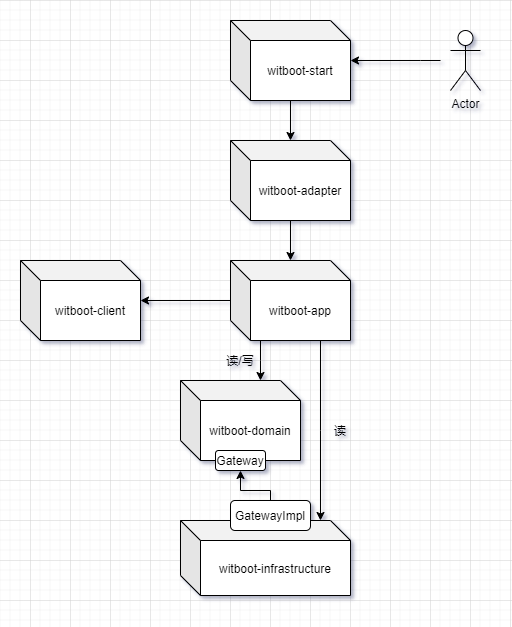
Before: doc/image/架构.png, a diagram exported from draw.io (sunxiaozhi/WitBoot). Source tidied: cells renumbered, new cells last; positions are measured from the earlier drawing's top-left corner, leaving out a move shared by most shapes. Its diagram source:
```xml
<mxGraphModel>
  <root>
    <mxCell id="0" />
    <mxCell id="1" parent="0" />
    <mxCell id="2" style="edgeStyle=orthogonalEdgeStyle;rounded=0;jettySize=auto;html=1;" parent="1" edge="1" source="3" target="5">
      <mxGeometry relative="1" as="geometry" />
    </mxCell>
    <mxCell id="3" value="witboot-start" style="shape=cube;whiteSpace=wrap;html=1;boundedLbl=1;backgroundOutline=1;darkOpacity=0.05;darkOpacity2=0.1;" parent="1" vertex="1">
      <mxGeometry x="210" width="120" height="80" as="geometry" />
    </mxCell>
    <mxCell id="4" style="edgeStyle=orthogonalEdgeStyle;rounded=0;jettySize=auto;html=1;" parent="1" edge="1" source="5" target="9">
      <mxGeometry relative="1" as="geometry" />
    </mxCell>
    <mxCell id="5" value="witboot-adapter" style="shape=cube;whiteSpace=wrap;html=1;boundedLbl=1;backgroundOutline=1;darkOpacity=0.05;darkOpacity2=0.1;" parent="1" vertex="1">
      <mxGeometry x="210" y="120" width="120" height="80" as="geometry" />
    </mxCell>
    <mxCell id="6" style="edgeStyle=orthogonalEdgeStyle;rounded=0;jettySize=auto;html=1;" parent="1" edge="1" source="9" target="10">
      <mxGeometry relative="1" as="geometry">
        <Array as="points">
          <mxPoint x="240" y="340" />
          <mxPoint x="240" y="340" />
        </Array>
      </mxGeometry>
    </mxCell>
    <mxCell id="7" style="edgeStyle=orthogonalEdgeStyle;rounded=0;jettySize=auto;html=1;" parent="1" edge="1" source="9" target="11">
      <mxGeometry relative="1" as="geometry">
        <Array as="points">
          <mxPoint x="300" y="410" />
          <mxPoint x="300" y="410" />
        </Array>
      </mxGeometry>
    </mxCell>
    <mxCell id="8" style="edgeStyle=orthogonalEdgeStyle;rounded=0;jettySize=auto;html=1;" parent="1" edge="1" source="9" target="15">
      <mxGeometry relative="1" as="geometry" />
    </mxCell>
    <mxCell id="9" value="witboot-app" style="shape=cube;whiteSpace=wrap;html=1;boundedLbl=1;backgroundOutline=1;darkOpacity=0.05;darkOpacity2=0.1;" parent="1" vertex="1">
      <mxGeometry x="210" y="240" width="120" height="80" as="geometry" />
    </mxCell>
    <mxCell id="10" value="witboot-domain" style="shape=cube;whiteSpace=wrap;html=1;boundedLbl=1;backgroundOutline=1;darkOpacity=0.05;darkOpacity2=0.1;" parent="1" vertex="1">
      <mxGeometry x="160" y="360" width="120" height="80" as="geometry" />
    </mxCell>
    <mxCell id="11" value="&lt;pre&gt;&lt;font face=&quot;Helvetica&quot;&gt;witboot-infrastructure&lt;/font&gt;&lt;br&gt;&lt;/pre&gt;" style="shape=cube;whiteSpace=wrap;html=1;boundedLbl=1;backgroundOutline=1;darkOpacity=0.05;darkOpacity2=0.1;" parent="1" vertex="1">
      <mxGeometry x="160" y="500" width="170" height="75" as="geometry" />
    </mxCell>
    <mxCell id="12" value="Gateway" style="rounded=1;whiteSpace=wrap;html=1;" parent="1" vertex="1">
      <mxGeometry x="195" y="430" width="50" height="20" as="geometry" />
    </mxCell>
    <mxCell id="13" style="edgeStyle=orthogonalEdgeStyle;rounded=0;jettySize=auto;html=1;entryX=0.5;entryY=1;entryDx=0;entryDy=0;" parent="1" edge="1" source="14" target="12">
      <mxGeometry relative="1" as="geometry">
        <Array as="points">
          <mxPoint x="250" y="470" />
          <mxPoint x="220" y="470" />
        </Array>
      </mxGeometry>
    </mxCell>
    <mxCell id="14" value="GatewayImpl" style="rounded=1;whiteSpace=wrap;html=1;" parent="1" vertex="1">
      <mxGeometry x="210" y="480" width="80" height="30" as="geometry" />
    </mxCell>
    <mxCell id="15" value="witboot-client" style="shape=cube;whiteSpace=wrap;html=1;boundedLbl=1;backgroundOutline=1;darkOpacity=0.05;darkOpacity2=0.1;" parent="1" vertex="1">
      <mxGeometry y="240" width="120" height="80" as="geometry" />
    </mxCell>
    <mxCell id="16" value="读/写" style="text;html=1;strokeColor=none;fillColor=none;align=center;verticalAlign=middle;whiteSpace=wrap;rounded=0;" parent="1" vertex="1">
      <mxGeometry x="200" y="330" width="40" height="20" as="geometry" />
    </mxCell>
    <mxCell id="17" value="读" style="text;html=1;strokeColor=none;fillColor=none;align=center;verticalAlign=middle;whiteSpace=wrap;rounded=0;" parent="1" vertex="1">
      <mxGeometry x="300" y="400" width="40" height="20" as="geometry" />
    </mxCell>
    <mxCell id="18" style="edgeStyle=orthogonalEdgeStyle;rounded=0;jettySize=auto;html=1;" parent="1" edge="1" target="3">
      <mxGeometry relative="1" as="geometry">
        <mxPoint x="420" y="40" as="sourcePoint" />
        <Array as="points">
          <mxPoint x="400" y="40" />
          <mxPoint x="400" y="40" />
        </Array>
      </mxGeometry>
    </mxCell>
    <mxCell id="19" value="Actor" style="shape=umlActor;verticalLabelPosition=bottom;verticalAlign=top;html=1;" parent="1" vertex="1">
      <mxGeometry x="430" y="10" width="30" height="60" as="geometry" />
    </mxCell>
  </root>
</mxGraphModel>
```
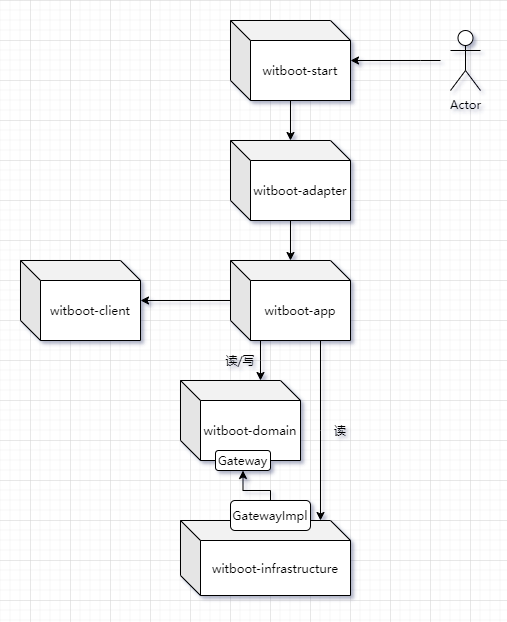
Later version of the same file.

The edit, as a diff of the source:
```diff
@@ -2,19 +2,19 @@
   <root>
     <mxCell id="0" />
     <mxCell id="1" parent="0" />
-    <mxCell id="2" style="edgeStyle=orthogonalEdgeStyle;rounded=0;jettySize=auto;html=1;" parent="1" edge="1" source="3" target="5">
+    <mxCell id="2" style="edgeStyle=orthogonalEdgeStyle;rounded=0;jettySize=auto;html=1;fontFamily=SourceCodePro-Medium;" parent="1" edge="1" source="3" target="5">
       <mxGeometry relative="1" as="geometry" />
     </mxCell>
-    <mxCell id="3" value="witboot-start" style="shape=cube;whiteSpace=wrap;html=1;boundedLbl=1;backgroundOutline=1;darkOpacity=0.05;darkOpacity2=0.1;" parent="1" vertex="1">
+    <mxCell id="3" value="witboot-start" style="shape=cube;whiteSpace=wrap;html=1;boundedLbl=1;backgroundOutline=1;darkOpacity=0.05;darkOpacity2=0.1;fontFamily=SourceCodePro-Medium;" parent="1" vertex="1">
       <mxGeometry x="210" width="120" height="80" as="geometry" />
     </mxCell>
-    <mxCell id="4" style="edgeStyle=orthogonalEdgeStyle;rounded=0;jettySize=auto;html=1;" parent="1" edge="1" source="5" target="9">
+    <mxCell id="4" style="edgeStyle=orthogonalEdgeStyle;rounded=0;jettySize=auto;html=1;fontFamily=SourceCodePro-Medium;" parent="1" edge="1" source="5" target="9">
       <mxGeometry relative="1" as="geometry" />
     </mxCell>
-    <mxCell id="5" value="witboot-adapter" style="shape=cube;whiteSpace=wrap;html=1;boundedLbl=1;backgroundOutline=1;darkOpacity=0.05;darkOpacity2=0.1;" parent="1" vertex="1">
+    <mxCell id="5" value="witboot-adapter" style="shape=cube;whiteSpace=wrap;html=1;boundedLbl=1;backgroundOutline=1;darkOpacity=0.05;darkOpacity2=0.1;fontFamily=SourceCodePro-Medium;" parent="1" vertex="1">
       <mxGeometry x="210" y="120" width="120" height="80" as="geometry" />
     </mxCell>
-    <mxCell id="6" style="edgeStyle=orthogonalEdgeStyle;rounded=0;jettySize=auto;html=1;" parent="1" edge="1" source="9" target="10">
+    <mxCell id="6" style="edgeStyle=orthogonalEdgeStyle;rounded=0;jettySize=auto;html=1;fontFamily=SourceCodePro-Medium;" parent="1" edge="1" source="9" target="10">
       <mxGeometry relative="1" as="geometry">
         <Array as="points">
           <mxPoint x="240" y="340" />
@@ -22,7 +22,7 @@
         </Array>
       </mxGeometry>
     </mxCell>
-    <mxCell id="7" style="edgeStyle=orthogonalEdgeStyle;rounded=0;jettySize=auto;html=1;" parent="1" edge="1" source="9" target="11">
+    <mxCell id="7" style="edgeStyle=orthogonalEdgeStyle;rounded=0;jettySize=auto;html=1;fontFamily=SourceCodePro-Medium;" parent="1" edge="1" source="9" target="11">
       <mxGeometry relative="1" as="geometry">
         <Array as="points">
           <mxPoint x="300" y="410" />
@@ -30,42 +30,42 @@
         </Array>
       </mxGeometry>
     </mxCell>
-    <mxCell id="8" style="edgeStyle=orthogonalEdgeStyle;rounded=0;jettySize=auto;html=1;" parent="1" edge="1" source="9" target="15">
+    <mxCell id="8" style="edgeStyle=orthogonalEdgeStyle;rounded=0;jettySize=auto;html=1;fontFamily=SourceCodePro-Medium;" parent="1" edge="1" source="9" target="15">
       <mxGeometry relative="1" as="geometry" />
     </mxCell>
-    <mxCell id="9" value="witboot-app" style="shape=cube;whiteSpace=wrap;html=1;boundedLbl=1;backgroundOutline=1;darkOpacity=0.05;darkOpacity2=0.1;" parent="1" vertex="1">
+    <mxCell id="9" value="witboot-app" style="shape=cube;whiteSpace=wrap;html=1;boundedLbl=1;backgroundOutline=1;darkOpacity=0.05;darkOpacity2=0.1;fontFamily=SourceCodePro-Medium;" parent="1" vertex="1">
       <mxGeometry x="210" y="240" width="120" height="80" as="geometry" />
     </mxCell>
-    <mxCell id="10" value="witboot-domain" style="shape=cube;whiteSpace=wrap;html=1;boundedLbl=1;backgroundOutline=1;darkOpacity=0.05;darkOpacity2=0.1;" parent="1" vertex="1">
+    <mxCell id="10" value="witboot-domain" style="shape=cube;whiteSpace=wrap;html=1;boundedLbl=1;backgroundOutline=1;darkOpacity=0.05;darkOpacity2=0.1;fontFamily=SourceCodePro-Medium;" parent="1" vertex="1">
       <mxGeometry x="160" y="360" width="120" height="80" as="geometry" />
     </mxCell>
-    <mxCell id="11" value="&lt;pre&gt;&lt;font face=&quot;Helvetica&quot;&gt;witboot-infrastructure&lt;/font&gt;&lt;br&gt;&lt;/pre&gt;" style="shape=cube;whiteSpace=wrap;html=1;boundedLbl=1;backgroundOutline=1;darkOpacity=0.05;darkOpacity2=0.1;" parent="1" vertex="1">
+    <mxCell id="11" value="&lt;div&gt;&lt;font&gt;witboot-infrastructure&lt;/font&gt;&lt;br&gt;&lt;/div&gt;" style="shape=cube;whiteSpace=wrap;html=1;boundedLbl=1;backgroundOutline=1;darkOpacity=0.05;darkOpacity2=0.1;fontFamily=SourceCodePro-Medium;" parent="1" vertex="1">
       <mxGeometry x="160" y="500" width="170" height="75" as="geometry" />
     </mxCell>
-    <mxCell id="12" value="Gateway" style="rounded=1;whiteSpace=wrap;html=1;" parent="1" vertex="1">
-      <mxGeometry x="195" y="430" width="50" height="20" as="geometry" />
+    <mxCell id="12" value="Gateway" style="rounded=1;whiteSpace=wrap;html=1;fontFamily=SourceCodePro-Medium;" parent="1" vertex="1">
+      <mxGeometry x="195" y="430" width="55" height="20" as="geometry" />
     </mxCell>
-    <mxCell id="13" style="edgeStyle=orthogonalEdgeStyle;rounded=0;jettySize=auto;html=1;entryX=0.5;entryY=1;entryDx=0;entryDy=0;" parent="1" edge="1" source="14" target="12">
+    <mxCell id="13" style="edgeStyle=orthogonalEdgeStyle;rounded=0;jettySize=auto;html=1;entryX=0.5;entryY=1;entryDx=0;entryDy=0;fontFamily=SourceCodePro-Medium;" parent="1" edge="1" source="14" target="12">
       <mxGeometry relative="1" as="geometry">
         <Array as="points">
           <mxPoint x="250" y="470" />
-          <mxPoint x="220" y="470" />
+          <mxPoint x="223" y="470" />
         </Array>
       </mxGeometry>
     </mxCell>
-    <mxCell id="14" value="GatewayImpl" style="rounded=1;whiteSpace=wrap;html=1;" parent="1" vertex="1">
+    <mxCell id="14" value="GatewayImpl" style="rounded=1;whiteSpace=wrap;html=1;fontFamily=SourceCodePro-Medium;" parent="1" vertex="1">
       <mxGeometry x="210" y="480" width="80" height="30" as="geometry" />
     </mxCell>
-    <mxCell id="15" value="witboot-client" style="shape=cube;whiteSpace=wrap;html=1;boundedLbl=1;backgroundOutline=1;darkOpacity=0.05;darkOpacity2=0.1;" parent="1" vertex="1">
+    <mxCell id="15" value="witboot-client" style="shape=cube;whiteSpace=wrap;html=1;boundedLbl=1;backgroundOutline=1;darkOpacity=0.05;darkOpacity2=0.1;fontFamily=SourceCodePro-Medium;" parent="1" vertex="1">
       <mxGeometry y="240" width="120" height="80" as="geometry" />
     </mxCell>
-    <mxCell id="16" value="读/写" style="text;html=1;strokeColor=none;fillColor=none;align=center;verticalAlign=middle;whiteSpace=wrap;rounded=0;" parent="1" vertex="1">
+    <mxCell id="16" value="读/写" style="text;html=1;strokeColor=none;fillColor=none;align=center;verticalAlign=middle;whiteSpace=wrap;rounded=0;fontFamily=SourceCodePro-Medium;" parent="1" vertex="1">
       <mxGeometry x="200" y="330" width="40" height="20" as="geometry" />
     </mxCell>
-    <mxCell id="17" value="读" style="text;html=1;strokeColor=none;fillColor=none;align=center;verticalAlign=middle;whiteSpace=wrap;rounded=0;" parent="1" vertex="1">
+    <mxCell id="17" value="读" style="text;html=1;strokeColor=none;fillColor=none;align=center;verticalAlign=middle;whiteSpace=wrap;rounded=0;fontFamily=SourceCodePro-Medium;" parent="1" vertex="1">
       <mxGeometry x="300" y="400" width="40" height="20" as="geometry" />
     </mxCell>
-    <mxCell id="18" style="edgeStyle=orthogonalEdgeStyle;rounded=0;jettySize=auto;html=1;" parent="1" edge="1" target="3">
+    <mxCell id="18" style="edgeStyle=orthogonalEdgeStyle;rounded=0;jettySize=auto;html=1;fontFamily=SourceCodePro-Medium;" parent="1" edge="1" target="3">
       <mxGeometry relative="1" as="geometry">
         <mxPoint x="420" y="40" as="sourcePoint" />
         <Array as="points">
@@ -74,7 +74,7 @@
         </Array>
       </mxGeometry>
     </mxCell>
-    <mxCell id="19" value="Actor" style="shape=umlActor;verticalLabelPosition=bottom;verticalAlign=top;html=1;" parent="1" vertex="1">
+    <mxCell id="19" value="Actor" style="shape=umlActor;verticalLabelPosition=bottom;verticalAlign=top;html=1;fontFamily=SourceCodePro-Medium;" parent="1" vertex="1">
       <mxGeometry x="430" y="10" width="30" height="60" as="geometry" />
     </mxCell>
   </root>
```
